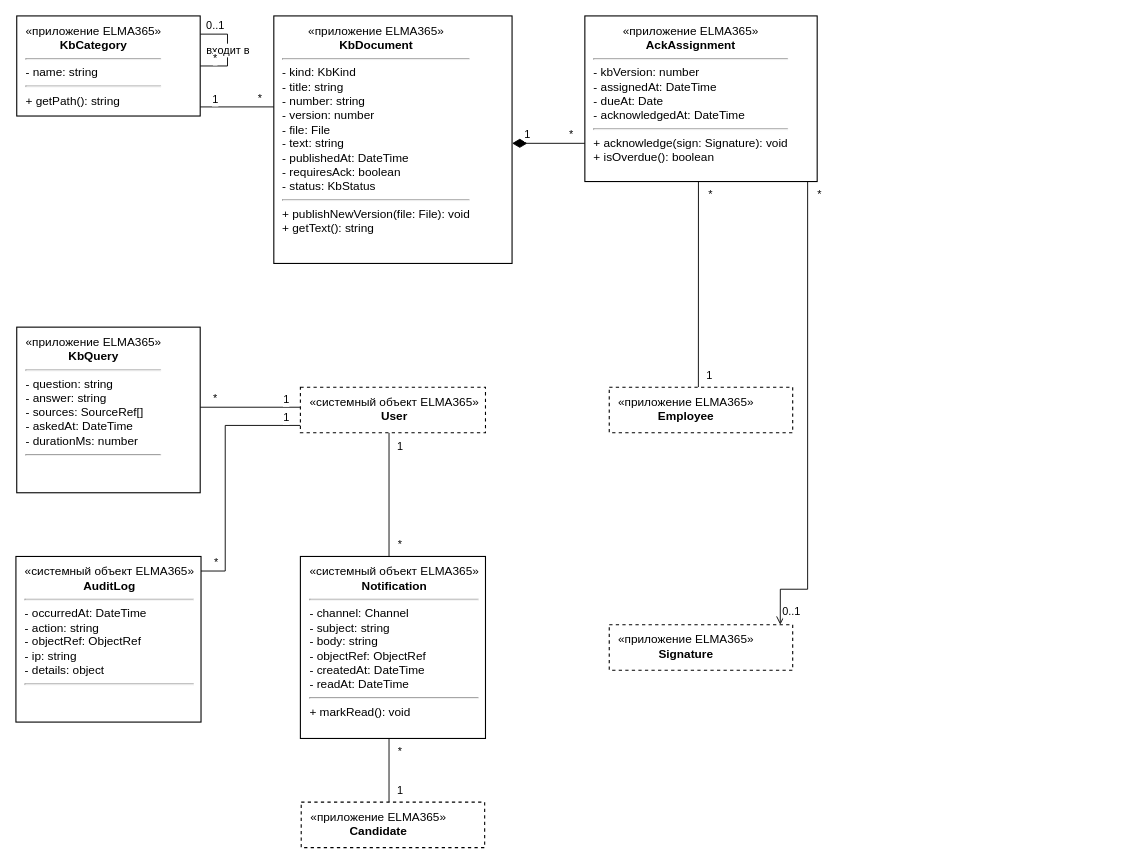
Before: docs/диаграммы/drawio/3.3_Классы-сущности_База_знаний_и_служебные.drawio in akkixx04/doc_management, a draw.io diagram. Source tidied: cells renumbered, new cells numbered last; positions are measured from the earlier drawing's top-left corner, leaving out a move shared by most shapes. Both pictures are drawn from the tidied source at 91%, with x=0, y=0 at pixel (15, 15).
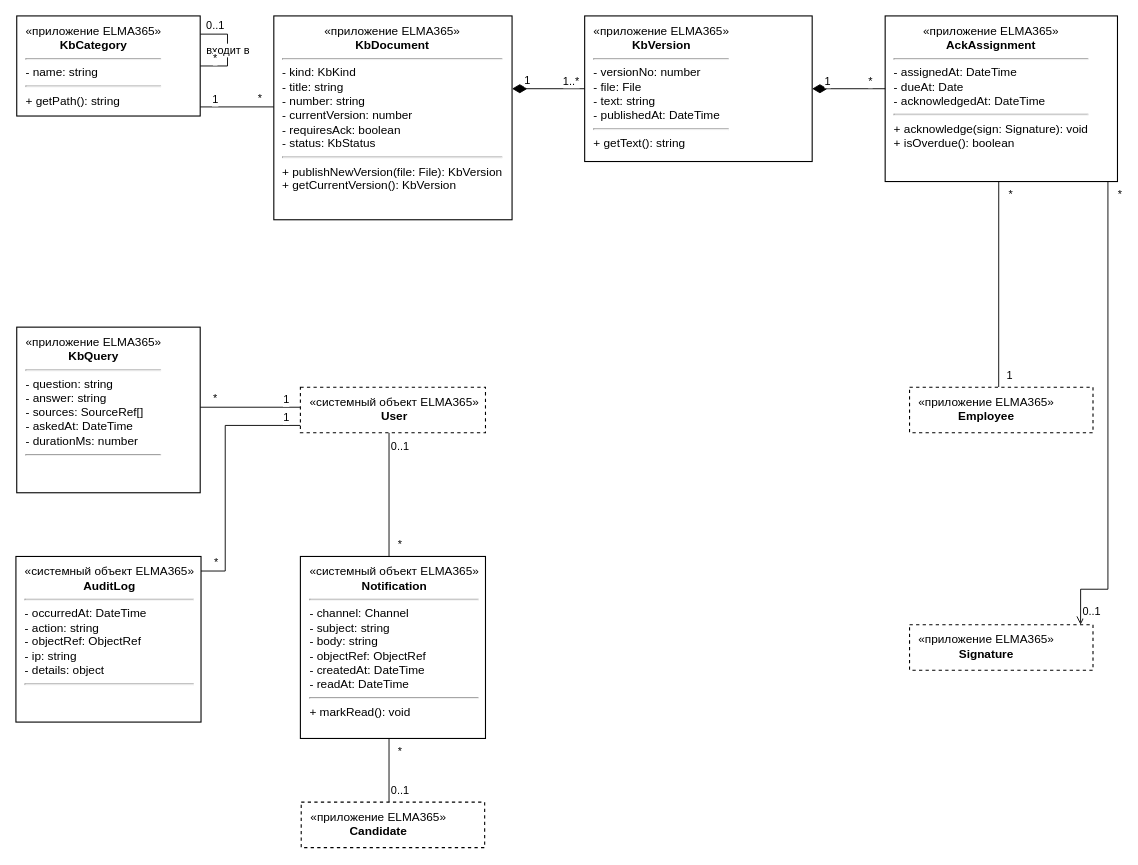
Above is the later version.

The change refers to these unchanged cells:
```xml
<mxCell id="3" style="edgeStyle=none;html=1;rounded=0;endArrow=block;endFill=1;endSize=7;strokeColor=#000000;strokeWidth=1;fontColor=#000000;fontFamily=Helvetica;endArrow=none;startArrow=none;fontSize=12;labelBackgroundColor=#ffffff;exitX=0.4788;exitY=1.0000;exitDx=0;exitDy=0;exitPerimeter=0;entryX=0.4788;entryY=0.0000;entryDx=0;entryDy=0;entryPerimeter=0;" parent="1" edge="1" source="15" target="18">
  <mxGeometry relative="1" as="geometry" />
</mxCell>
<mxCell id="4" style="edgeStyle=none;html=1;rounded=0;endArrow=block;endFill=1;endSize=7;strokeColor=#000000;strokeWidth=1;fontColor=#000000;fontFamily=Helvetica;endArrow=none;startArrow=none;fontSize=12;labelBackgroundColor=#ffffff;exitX=0.4786;exitY=0.0000;exitDx=0;exitDy=0;exitPerimeter=0;entryX=0.4788;entryY=1.0000;entryDx=0;entryDy=0;entryPerimeter=0;" parent="1" edge="1" source="20" target="18">
  <mxGeometry relative="1" as="geometry" />
</mxCell>
<mxCell id="11" value="&lt;div style=&quot;text-align:center&quot;&gt;«приложение ELMA365»&lt;/div&gt;&lt;div style=&quot;text-align:center&quot;&gt;&lt;b&gt;KbCategory&lt;/b&gt;&lt;/div&gt;&lt;hr&gt;- name: string&lt;hr&gt;+ getPath(): string" style="html=1;whiteSpace=wrap;align=left;verticalAlign=top;spacingLeft=8;spacingRight=6;spacingTop=2;fontSize=13;strokeColor=#000000;strokeWidth=1.2;fillColor=#ffffff;fontColor=#000000;fontFamily=Helvetica;rounded=0;" parent="1" vertex="1">
  <mxGeometry x="0.9" width="201.6" height="110" as="geometry" />
</mxCell>
```

Diff of the diagram source:
```diff
@@
-    <mxCell id="5" style="edgeStyle=none;html=1;rounded=0;endArrow=block;endFill=1;endSize=7;strokeColor=#000000;strokeWidth=1;fontColor=#000000;fontFamily=Helvetica;endArrow=none;startArrow=none;fontSize=12;labelBackgroundColor=#ffffff;exitX=1.0000;exitY=0.9091;exitDx=0;exitDy=0;exitPerimeter=0;entryX=0.0000;entryY=0.3676;entryDx=0;entryDy=0;entryPerimeter=0;" parent="1" edge="1" source="11" target="12">
+    <mxCell id="5" style="edgeStyle=none;html=1;rounded=0;endArrow=block;endFill=1;endSize=7;strokeColor=#000000;strokeWidth=1;fontColor=#000000;fontFamily=Helvetica;endArrow=none;startArrow=none;fontSize=12;labelBackgroundColor=#ffffff;exitX=1.0000;exitY=0.9091;exitDx=0;exitDy=0;exitPerimeter=0;entryX=0.0000;entryY=0.4464;entryDx=0;entryDy=0;entryPerimeter=0;" parent="1" edge="1" source="11" target="12">
       <mxGeometry relative="1" as="geometry" />
     </mxCell>
-    <mxCell id="6" style="edgeStyle=none;html=1;rounded=0;endArrow=block;endFill=1;endSize=7;strokeColor=#000000;strokeWidth=1;fontColor=#000000;fontFamily=Helvetica;startArrow=diamondThin;startFill=1;startSize=14;endArrow=none;fontSize=12;labelBackgroundColor=#ffffff;exitX=1.0000;exitY=0.5147;exitDx=0;exitDy=0;exitPerimeter=0;entryX=0.0000;entryY=0.7692;entryDx=0;entryDy=0;entryPerimeter=0;" parent="1" edge="1" source="12" target="13">
-      <mxGeometry relative="1" as="geometry" />
-    </mxCell>
@@
     <mxCell id="10" style="edgeStyle=none;html=1;rounded=0;endArrow=block;endFill=1;endSize=7;strokeColor=#000000;strokeWidth=1;fontColor=#000000;fontFamily=Helvetica;endArrow=open;endFill=0;startArrow=none;fontSize=12;labelBackgroundColor=#ffffff;exitX=0.9589;exitY=1.0000;exitDx=0;exitDy=0;exitPerimeter=0;entryX=0.9323;entryY=0.0000;entryDx=0;entryDy=0;entryPerimeter=0;" parent="1" edge="1" source="13" target="19">
       <mxGeometry relative="1" as="geometry">
         <Array as="points">
-          <mxPoint x="870" y="630" />
-          <mxPoint x="840" y="630" />
+          <mxPoint x="1200" y="630" />
+          <mxPoint x="1170" y="630" />
         </Array>
       </mxGeometry>
     </mxCell>
@@
-    <mxCell id="12" value="&lt;div style=&quot;text-align:center&quot;&gt;«приложение ELMA365»&lt;/div&gt;&lt;div style=&quot;text-align:center&quot;&gt;&lt;b&gt;KbDocument&lt;/b&gt;&lt;/div&gt;&lt;hr&gt;- kind: KbKind&lt;br&gt;- title: string&lt;br&gt;- number: string&lt;br&gt;- version: number&lt;br&gt;- file: File&lt;br&gt;- text: string&lt;br&gt;- publishedAt: DateTime&lt;br&gt;- requiresAck: boolean&lt;br&gt;- status: KbStatus&lt;hr&gt;+ publishNewVersion(file: File): void&lt;br&gt;+ getText(): string" style="html=1;whiteSpace=wrap;align=left;verticalAlign=top;spacingLeft=8;spacingRight=6;spacingTop=2;fontSize=13;strokeColor=#000000;strokeWidth=1.2;fillColor=#ffffff;fontColor=#000000;fontFamily=Helvetica;rounded=0;" parent="1" vertex="1">
-      <mxGeometry x="283.4" width="261.8" height="272" as="geometry" />
+    <mxCell id="12" value="&lt;div style=&quot;text-align:center&quot;&gt;«приложение ELMA365»&lt;/div&gt;&lt;div style=&quot;text-align:center&quot;&gt;&lt;b&gt;KbDocument&lt;/b&gt;&lt;/div&gt;&lt;hr&gt;- kind: KbKind&lt;br&gt;- title: string&lt;br&gt;- number: string&lt;br&gt;- currentVersion: number&lt;br&gt;- requiresAck: boolean&lt;br&gt;- status: KbStatus&lt;hr&gt;+ publishNewVersion(file: File): KbVersion&lt;br&gt;+ getCurrentVersion(): KbVersion" style="html=1;whiteSpace=wrap;align=left;verticalAlign=top;spacingLeft=8;spacingRight=6;spacingTop=2;fontSize=13;strokeColor=#000000;strokeWidth=1.2;fillColor=#ffffff;fontColor=#000000;fontFamily=Helvetica;rounded=0;" parent="1" vertex="1">
+      <mxGeometry x="283.4" width="261.8" height="224" as="geometry" />
     </mxCell>
-    <mxCell id="13" value="&lt;div style=&quot;text-align:center&quot;&gt;«приложение ELMA365»&lt;/div&gt;&lt;div style=&quot;text-align:center&quot;&gt;&lt;b&gt;AckAssignment&lt;/b&gt;&lt;/div&gt;&lt;hr&gt;- kbVersion: number&lt;br&gt;- assignedAt: DateTime&lt;br&gt;- dueAt: Date&lt;br&gt;- acknowledgedAt: DateTime&lt;hr&gt;+ acknowledge(sign: Signature): void&lt;br&gt;+ isOverdue(): boolean" style="html=1;whiteSpace=wrap;align=left;verticalAlign=top;spacingLeft=8;spacingRight=6;spacingTop=2;fontSize=13;strokeColor=#000000;strokeWidth=1.2;fillColor=#ffffff;fontColor=#000000;fontFamily=Helvetica;rounded=0;" parent="1" vertex="1">
-      <mxGeometry x="625.2" width="255.3" height="182" as="geometry" />
+    <mxCell id="13" value="&lt;div style=&quot;text-align:center&quot;&gt;«приложение ELMA365»&lt;/div&gt;&lt;div style=&quot;text-align:center&quot;&gt;&lt;b&gt;AckAssignment&lt;/b&gt;&lt;/div&gt;&lt;hr&gt;- assignedAt: DateTime&lt;br&gt;- dueAt: Date&lt;br&gt;- acknowledgedAt: DateTime&lt;hr&gt;+ acknowledge(sign: Signature): void&lt;br&gt;+ isOverdue(): boolean" style="html=1;whiteSpace=wrap;align=left;verticalAlign=top;spacingLeft=8;spacingRight=6;spacingTop=2;fontSize=13;strokeColor=#000000;strokeWidth=1.2;fillColor=#ffffff;fontColor=#000000;fontFamily=Helvetica;rounded=0;" parent="1" vertex="1">
+      <mxGeometry x="955.2" width="255.3" height="182" as="geometry" />
     </mxCell>
@@
     <mxCell id="16" value="&lt;div style=&quot;text-align:center&quot;&gt;«приложение ELMA365»&lt;/div&gt;&lt;div style=&quot;text-align:center&quot;&gt;&lt;b&gt;Employee&lt;/b&gt;&lt;/div&gt;" style="html=1;whiteSpace=wrap;align=left;verticalAlign=top;spacingLeft=8;spacingRight=6;spacingTop=2;fontSize=13;strokeColor=#000000;strokeWidth=1.2;fillColor=#ffffff;fontColor=#000000;fontFamily=Helvetica;rounded=0;dashed=1;" parent="1" vertex="1">
-      <mxGeometry x="652" y="408" width="201.6" height="50" as="geometry" />
+      <mxGeometry x="982" y="408" width="201.6" height="50" as="geometry" />
     </mxCell>
@@
     <mxCell id="19" value="&lt;div style=&quot;text-align:center&quot;&gt;«приложение ELMA365»&lt;/div&gt;&lt;div style=&quot;text-align:center&quot;&gt;&lt;b&gt;Signature&lt;/b&gt;&lt;/div&gt;" style="html=1;whiteSpace=wrap;align=left;verticalAlign=top;spacingLeft=8;spacingRight=6;spacingTop=2;fontSize=13;strokeColor=#000000;strokeWidth=1.2;fillColor=#ffffff;fontColor=#000000;fontFamily=Helvetica;rounded=0;dashed=1;" parent="1" vertex="1">
-      <mxGeometry x="652" y="669" width="201.6" height="50" as="geometry" />
+      <mxGeometry x="982" y="669" width="201.6" height="50" as="geometry" />
     </mxCell>
@@
-    <mxCell id="23" value="1" style="edgeLabel;html=1;align=center;verticalAlign=middle;fontSize=12;fontStyle=0;labelBackgroundColor=#ffffff;fontColor=#000000;fontFamily=Helvetica;" parent="3" vertex="1">
+    <mxCell id="23" value="0..1" style="edgeLabel;html=1;align=center;verticalAlign=middle;fontSize=12;fontStyle=0;labelBackgroundColor=#ffffff;fontColor=#000000;fontFamily=Helvetica;" parent="3" vertex="1">
       <mxGeometry x="-1" relative="1" as="geometry">
         <mxPoint x="12" y="14" as="offset" />
       </mxGeometry>
     </mxCell>
@@
-    <mxCell id="25" value="1" style="edgeLabel;html=1;align=center;verticalAlign=middle;fontSize=12;fontStyle=0;labelBackgroundColor=#ffffff;fontColor=#000000;fontFamily=Helvetica;" parent="4" vertex="1">
+    <mxCell id="25" value="0..1" style="edgeLabel;html=1;align=center;verticalAlign=middle;fontSize=12;fontStyle=0;labelBackgroundColor=#ffffff;fontColor=#000000;fontFamily=Helvetica;" parent="4" vertex="1">
       <mxGeometry x="-1" relative="1" as="geometry">
         <mxPoint x="12" y="-14" as="offset" />
       </mxGeometry>
     </mxCell>
@@
-    <mxCell id="29" value="1" style="edgeLabel;html=1;align=center;verticalAlign=middle;fontSize=12;fontStyle=0;labelBackgroundColor=#ffffff;fontColor=#000000;fontFamily=Helvetica;" parent="6" vertex="1">
-      <mxGeometry x="-1" relative="1" as="geometry">
-        <mxPoint x="16" y="-9" as="offset" />
-      </mxGeometry>
-    </mxCell>
-    <mxCell id="30" value="*" style="edgeLabel;html=1;align=center;verticalAlign=middle;fontSize=12;fontStyle=0;labelBackgroundColor=#ffffff;fontColor=#000000;fontFamily=Helvetica;" parent="6" vertex="1">
-      <mxGeometry x="1" relative="1" as="geometry">
-        <mxPoint x="-16" y="-9" as="offset" />
-      </mxGeometry>
-    </mxCell>
@@
+    <mxCell id="39" value="&lt;div style=&quot;text-align:center&quot;&gt;«приложение ELMA365»&lt;/div&gt;&lt;div style=&quot;text-align:center&quot;&gt;&lt;b&gt;KbVersion&lt;/b&gt;&lt;/div&gt;&lt;hr&gt;- versionNo: number&lt;br&gt;- file: File&lt;br&gt;- text: string&lt;br&gt;- publishedAt: DateTime&lt;hr&gt;+ getText(): string" style="html=1;whiteSpace=wrap;align=left;verticalAlign=top;spacingLeft=8;spacingRight=6;spacingTop=2;fontSize=13;strokeColor=#000000;strokeWidth=1.2;fillColor=#ffffff;fontColor=#000000;fontFamily=Helvetica;rounded=0;" parent="1" vertex="1">
+      <mxGeometry x="625" width="250" height="160" as="geometry" />
+    </mxCell>
+    <mxCell id="40" style="edgeStyle=none;html=1;rounded=0;strokeColor=#000000;strokeWidth=1;fontColor=#000000;fontFamily=Helvetica;fontSize=12;labelBackgroundColor=#ffffff;startArrow=diamondThin;startFill=1;startSize=14;endArrow=none;exitX=1.0000;exitY=0.3571;exitDx=0;exitDy=0;exitPerimeter=0;entryX=0.0000;entryY=0.5000;entryDx=0;entryDy=0;entryPerimeter=0;" parent="1" edge="1" source="12" target="39">
+      <mxGeometry relative="1" as="geometry" />
+    </mxCell>
+    <mxCell id="41" value="1" style="edgeLabel;html=1;align=center;verticalAlign=middle;fontSize=12;fontStyle=0;labelBackgroundColor=#ffffff;fontColor=#000000;fontFamily=Helvetica;" parent="40" vertex="1">
+      <mxGeometry x="-1" relative="1" as="geometry">
+        <mxPoint x="16" y="-9" as="offset" />
+      </mxGeometry>
+    </mxCell>
+    <mxCell id="42" value="1..*" style="edgeLabel;html=1;align=center;verticalAlign=middle;fontSize=12;fontStyle=0;labelBackgroundColor=#ffffff;fontColor=#000000;fontFamily=Helvetica;" parent="40" vertex="1">
+      <mxGeometry x="1" relative="1" as="geometry">
+        <mxPoint x="-16" y="-9" as="offset" />
+      </mxGeometry>
+    </mxCell>
+    <mxCell id="43" style="edgeStyle=none;html=1;rounded=0;strokeColor=#000000;strokeWidth=1;fontColor=#000000;fontFamily=Helvetica;fontSize=12;labelBackgroundColor=#ffffff;startArrow=diamondThin;startFill=1;startSize=14;endArrow=none;exitX=1.0000;exitY=0.5000;exitDx=0;exitDy=0;exitPerimeter=0;entryX=0.0000;entryY=0.4396;entryDx=0;entryDy=0;entryPerimeter=0;" parent="1" edge="1" source="39" target="13">
+      <mxGeometry relative="1" as="geometry" />
+    </mxCell>
+    <mxCell id="44" value="1" style="edgeLabel;html=1;align=center;verticalAlign=middle;fontSize=12;fontStyle=0;labelBackgroundColor=#ffffff;fontColor=#000000;fontFamily=Helvetica;" parent="43" vertex="1">
+      <mxGeometry x="-1" relative="1" as="geometry">
+        <mxPoint x="16" y="-9" as="offset" />
+      </mxGeometry>
+    </mxCell>
+    <mxCell id="30" value="*" style="edgeLabel;html=1;align=center;verticalAlign=middle;fontSize=12;fontStyle=0;labelBackgroundColor=#ffffff;fontColor=#000000;fontFamily=Helvetica;" parent="43" vertex="1">
+      <mxGeometry x="1" relative="1" as="geometry">
+        <mxPoint x="-16" y="-9" as="offset" />
+      </mxGeometry>
+    </mxCell>
```
